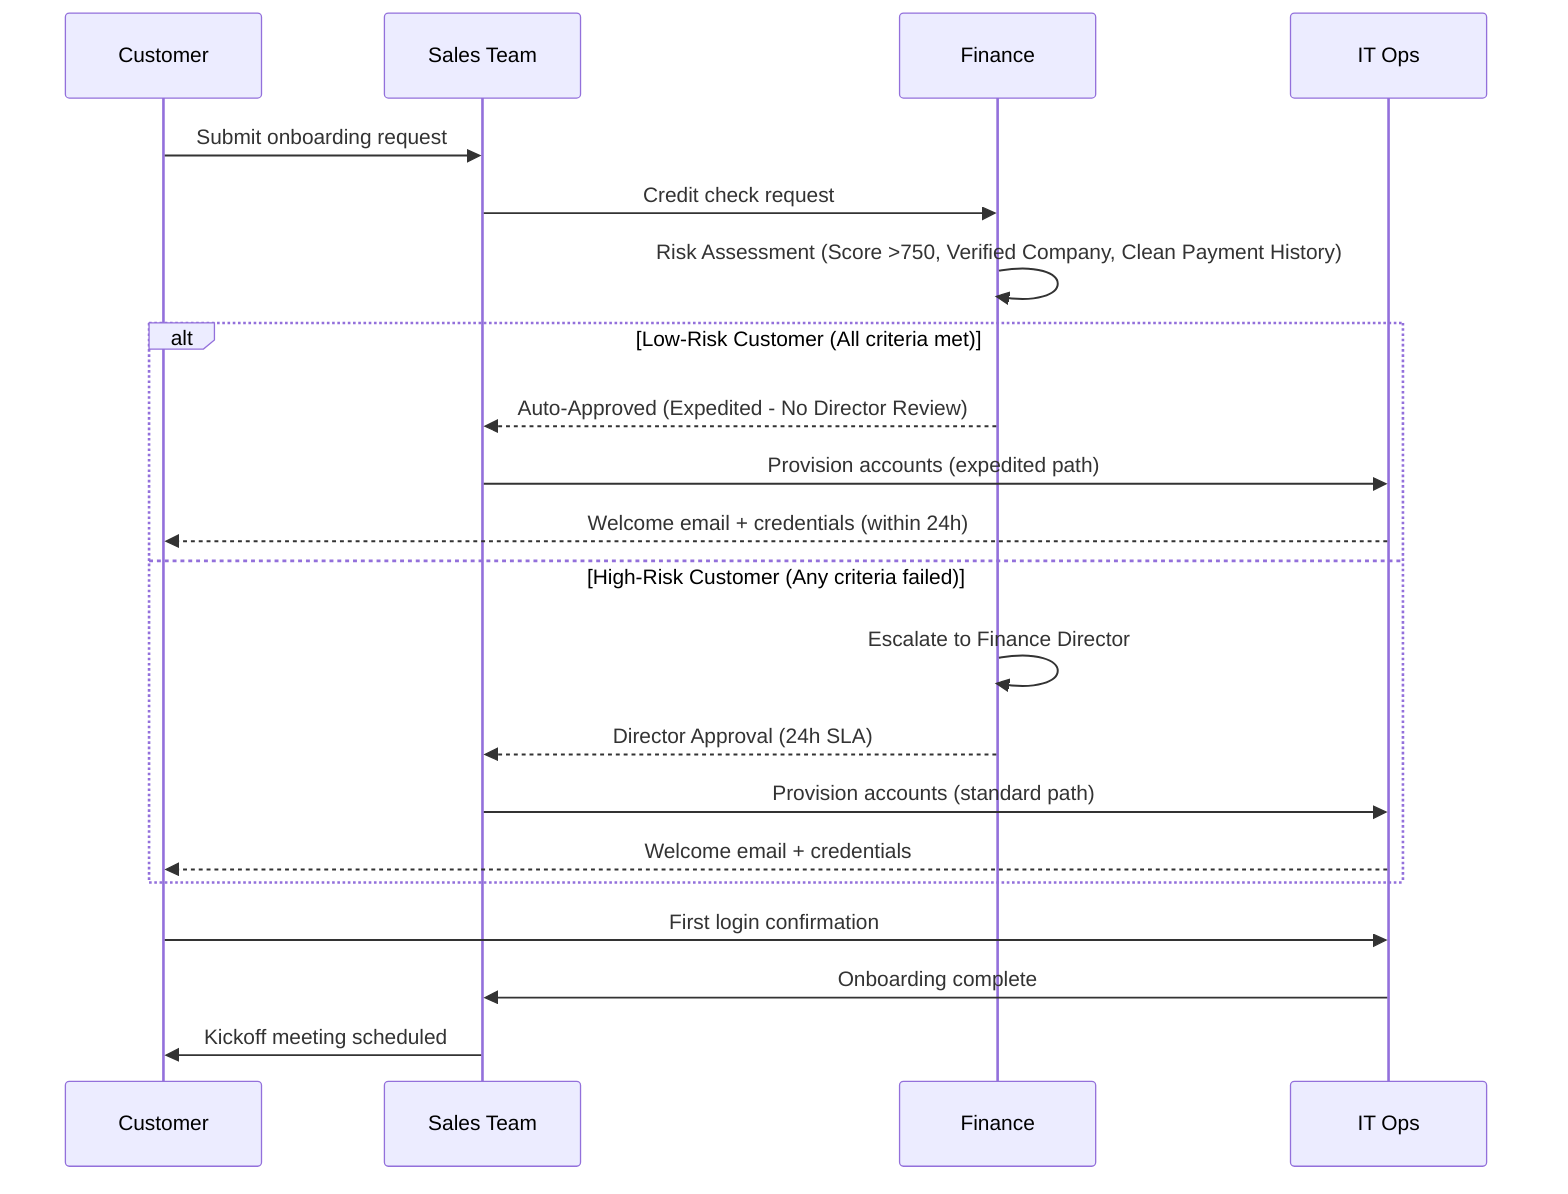
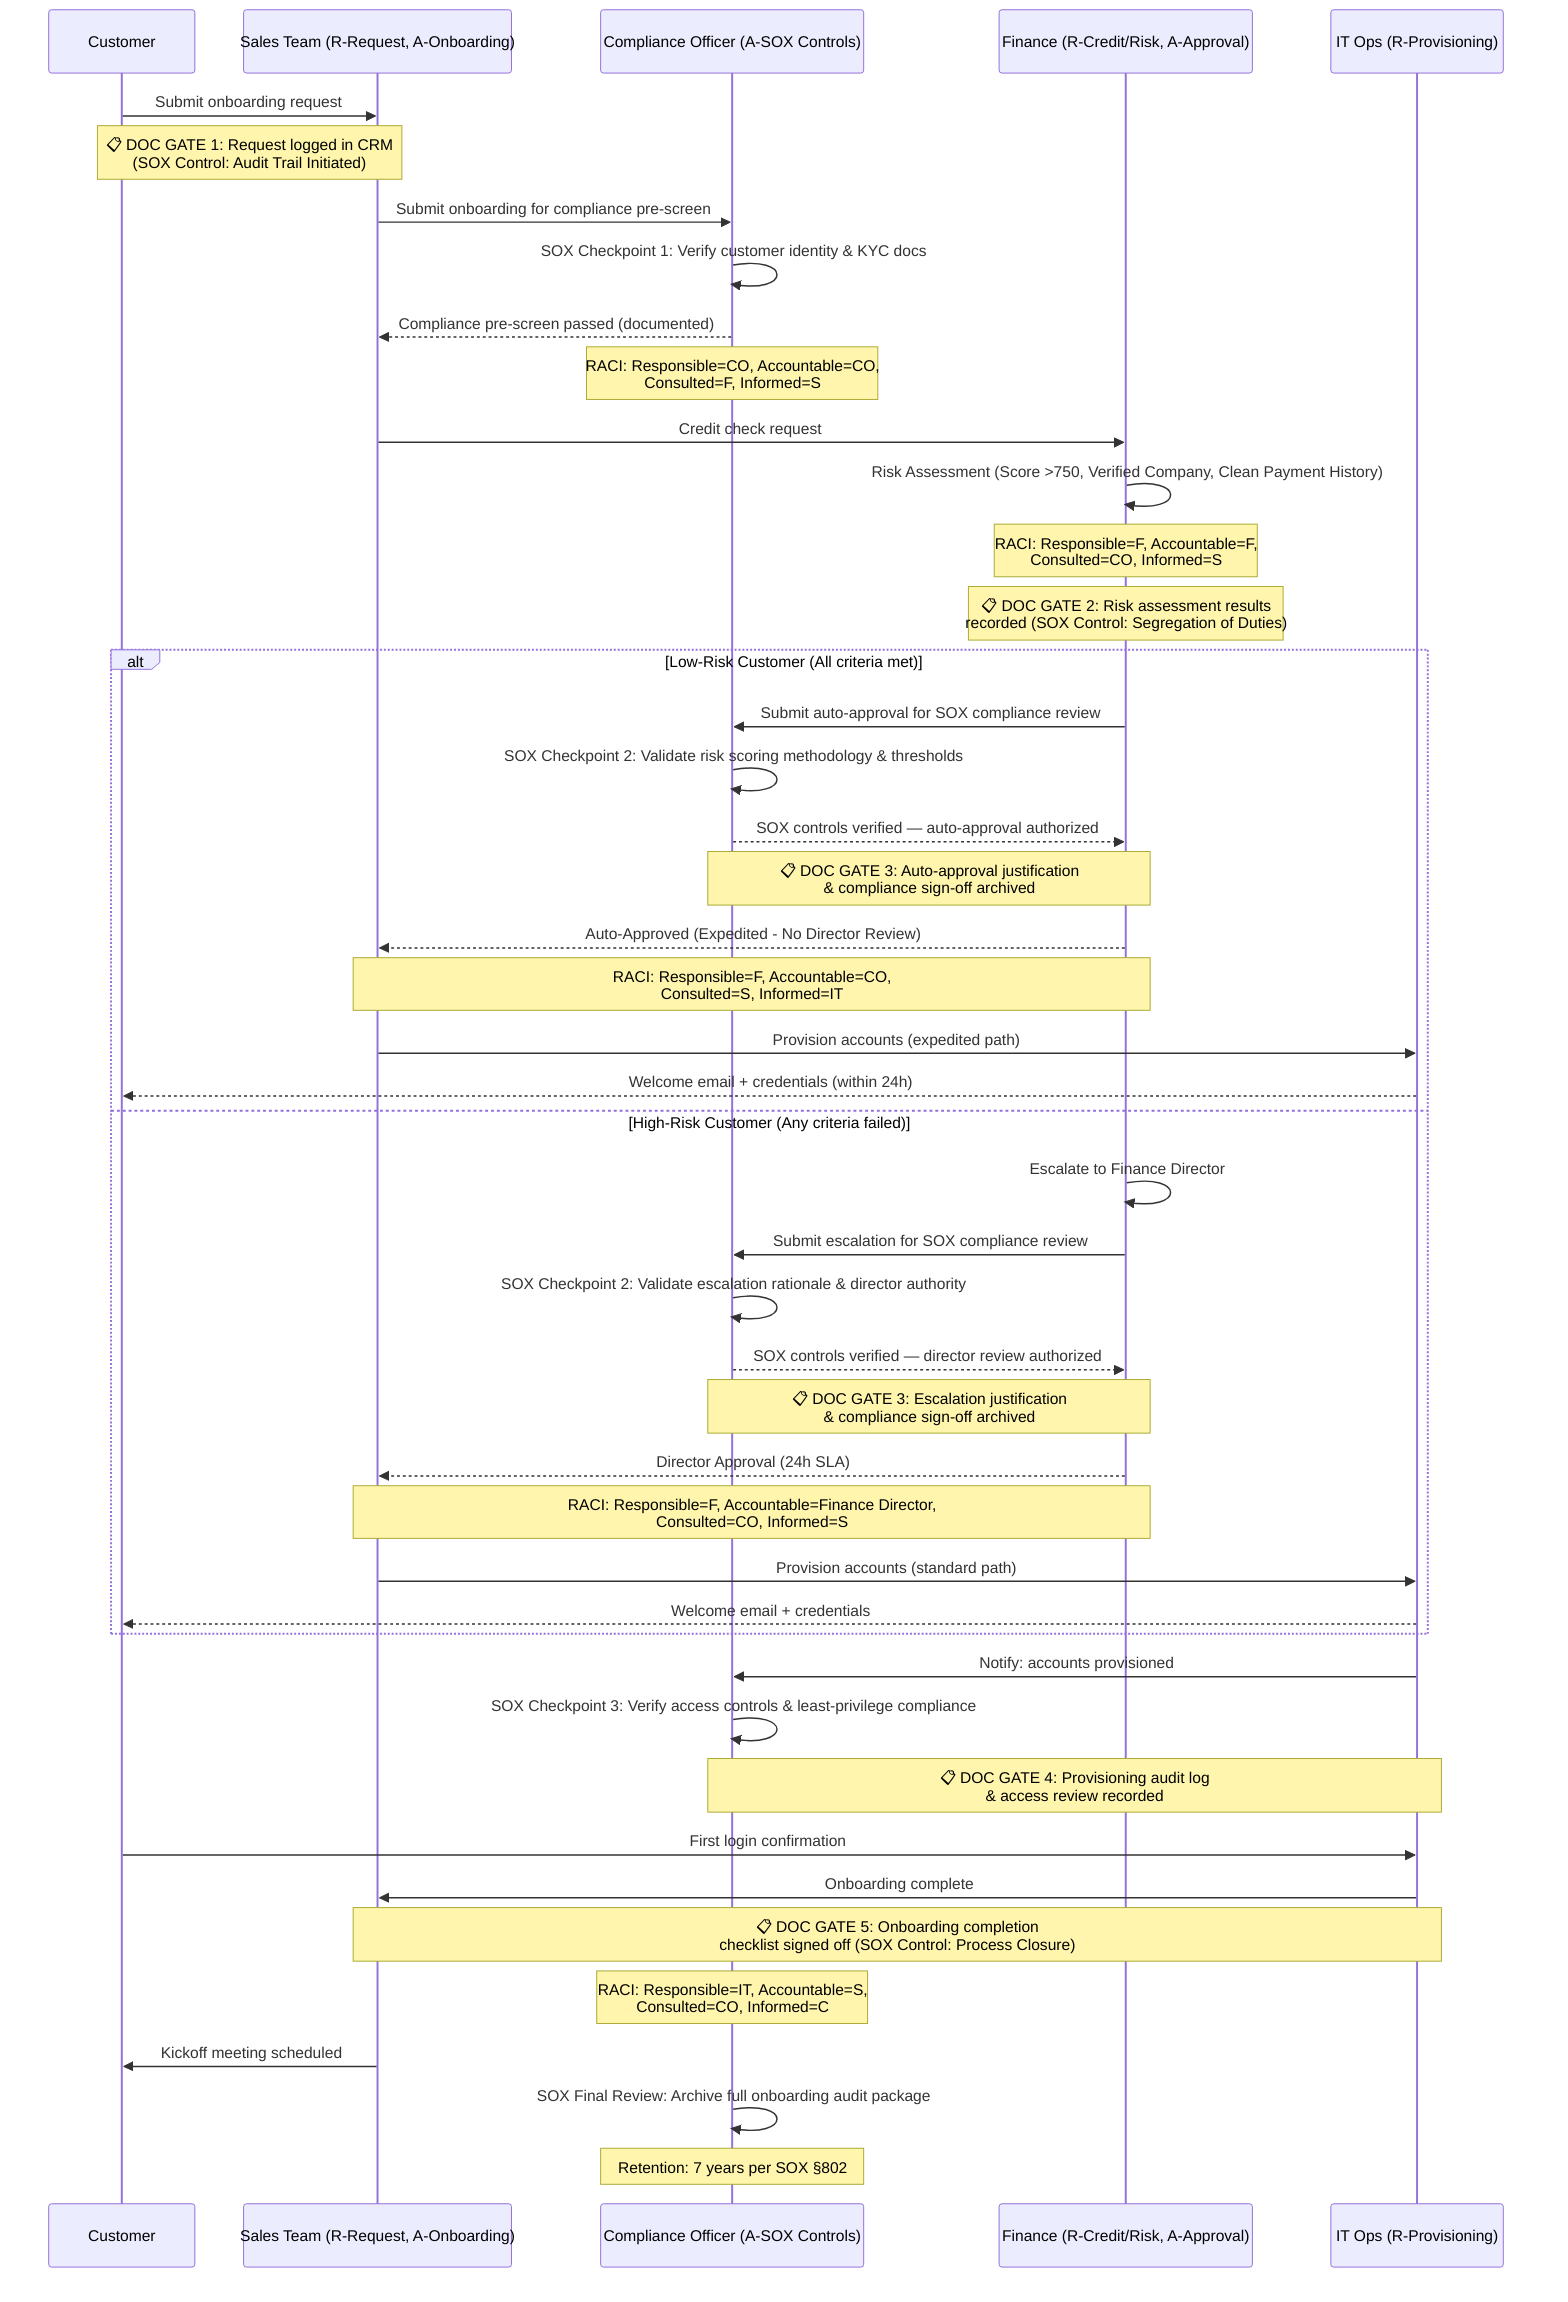
sequenceDiagram
    participant C as Customer
-     participant S as Sales Team
-     participant F as Finance
-     participant IT as IT Ops
+     participant S as Sales Team (R-Request, A-Onboarding)
+     participant CO as Compliance Officer (A-SOX Controls)
+     participant F as Finance (R-Credit/Risk, A-Approval)
+     participant IT as IT Ops (R-Provisioning)

    C->>S: Submit onboarding request
+ 
+     %% ⚡ CHANGED SECTION - Documentation Gate 1: Request Intake
+     Note over C,S: 📋 DOC GATE 1: Request logged in CRM<br/>(SOX Control: Audit Trail Initiated)
+     S->>CO: Submit onboarding for compliance pre-screen
+     CO->>CO: SOX Checkpoint 1: Verify customer identity & KYC docs
+     CO-->>S: Compliance pre-screen passed (documented)
+     Note over CO: RACI: Responsible=CO, Accountable=CO,<br/>Consulted=F, Informed=S
+     %% ⚡ END CHANGED SECTION
+ 
    S->>F: Credit check request

-     %% ⚡ CHANGED SECTION - Risk assessment and expedited path
+     %% ⚡ CHANGED SECTION - Risk assessment with SOX controls and expedited path
    F->>F: Risk Assessment (Score >750, Verified Company, Clean Payment History)
+     Note over F: RACI: Responsible=F, Accountable=F,<br/>Consulted=CO, Informed=S
+ 
+     Note over F: 📋 DOC GATE 2: Risk assessment results<br/>recorded (SOX Control: Segregation of Duties)

    alt Low-Risk Customer (All criteria met)
+         F->>CO: Submit auto-approval for SOX compliance review
+         CO->>CO: SOX Checkpoint 2: Validate risk scoring methodology & thresholds
+         CO-->>F: SOX controls verified — auto-approval authorized
+         Note over CO,F: 📋 DOC GATE 3: Auto-approval justification<br/>& compliance sign-off archived
        F-->>S: Auto-Approved (Expedited - No Director Review)
+         Note over F,S: RACI: Responsible=F, Accountable=CO,<br/>Consulted=S, Informed=IT
        S->>IT: Provision accounts (expedited path)
        IT-->>C: Welcome email + credentials (within 24h)
    else High-Risk Customer (Any criteria failed)
        F->>F: Escalate to Finance Director
+         F->>CO: Submit escalation for SOX compliance review
+         CO->>CO: SOX Checkpoint 2: Validate escalation rationale & director authority
+         CO-->>F: SOX controls verified — director review authorized
+         Note over CO,F: 📋 DOC GATE 3: Escalation justification<br/>& compliance sign-off archived
        F-->>S: Director Approval (24h SLA)
+         Note over F,S: RACI: Responsible=F, Accountable=Finance Director,<br/>Consulted=CO, Informed=S
        S->>IT: Provision accounts (standard path)
        IT-->>C: Welcome email + credentials
    end
    %% ⚡ END CHANGED SECTION

+     %% ⚡ CHANGED SECTION - Post-provisioning SOX checkpoint and final documentation
+     IT->>CO: Notify: accounts provisioned
+     CO->>CO: SOX Checkpoint 3: Verify access controls & least-privilege compliance
+     Note over CO,IT: 📋 DOC GATE 4: Provisioning audit log<br/>& access review recorded
+ 
    C->>IT: First login confirmation
    IT->>S: Onboarding complete
+ 
+     Note over S,IT: 📋 DOC GATE 5: Onboarding completion<br/>checklist signed off (SOX Control: Process Closure)
+     Note over CO: RACI: Responsible=IT, Accountable=S,<br/>Consulted=CO, Informed=C
+ 
    S->>C: Kickoff meeting scheduled
+     CO->>CO: SOX Final Review: Archive full onboarding audit package
+     Note over CO: Retention: 7 years per SOX §802
+     %% ⚡ END CHANGED SECTION

%% EXPLANATION:
- %% Replaced the single Finance approval step with a risk assessment decision point that evaluates three criteria (credit score >750, verified company status, clean payment history). Added an alt/else block: low-risk customers matching all criteria bypass Finance Director review and proceed directly to expedited account provisioning, while high-risk customers follow the existing escalation path through Finance Director approval with the 24h SLA.+ %% Added a Compliance Officer participant who performs three SOX checkpoints: (1) KYC/identity pre-screen before credit check, (2) validation of risk scoring or escalation rationale within both alt paths, and (3) post-provisioning access control review. Five documentation gates (DOC GATE 1–5) are placed at request intake, risk assessment recording, approval/escalation justification, provisioning audit logging, and onboarding closure. RACI labels are annotated at each major decision point identifying Responsible, Accountable, Consulted, and Informed roles. The original risk-based routing logic (credit score >750, verified company, clean payment history) and expedited/standard paths are fully preserved.